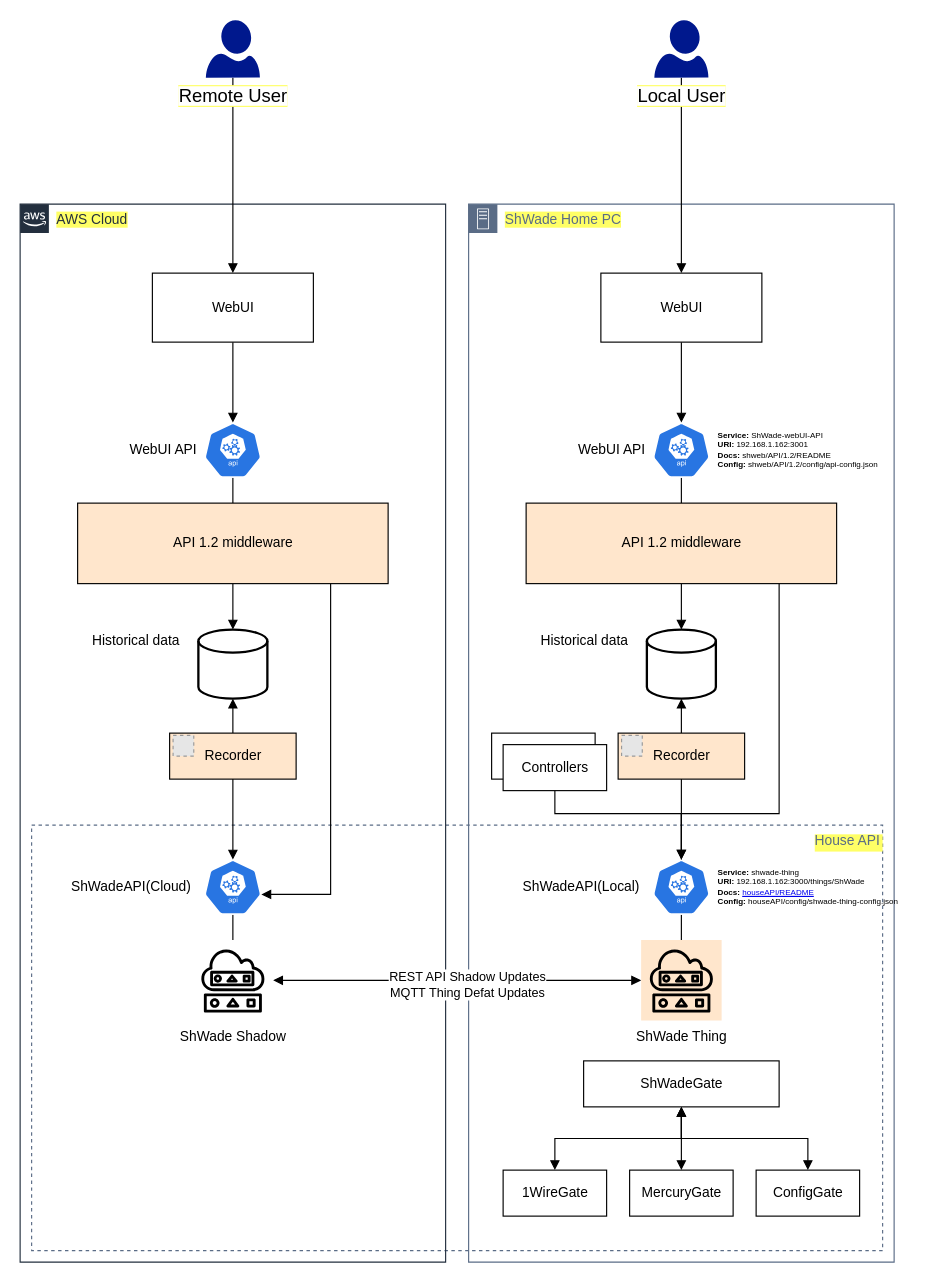
This is doc/ShWade architecture.drawio from Shden/Shden, a draw.io file, before an edit. Source tidied: cells renumbered, new cells numbered last; positions are measured from the earlier drawing's top-left corner, leaving out a move shared by most shapes. Both pictures are drawn from the tidied source at 115%, with x=0, y=0 at pixel (20, 20). Pictures stored in the file or linked from it are replaced by grey dashed boxes.
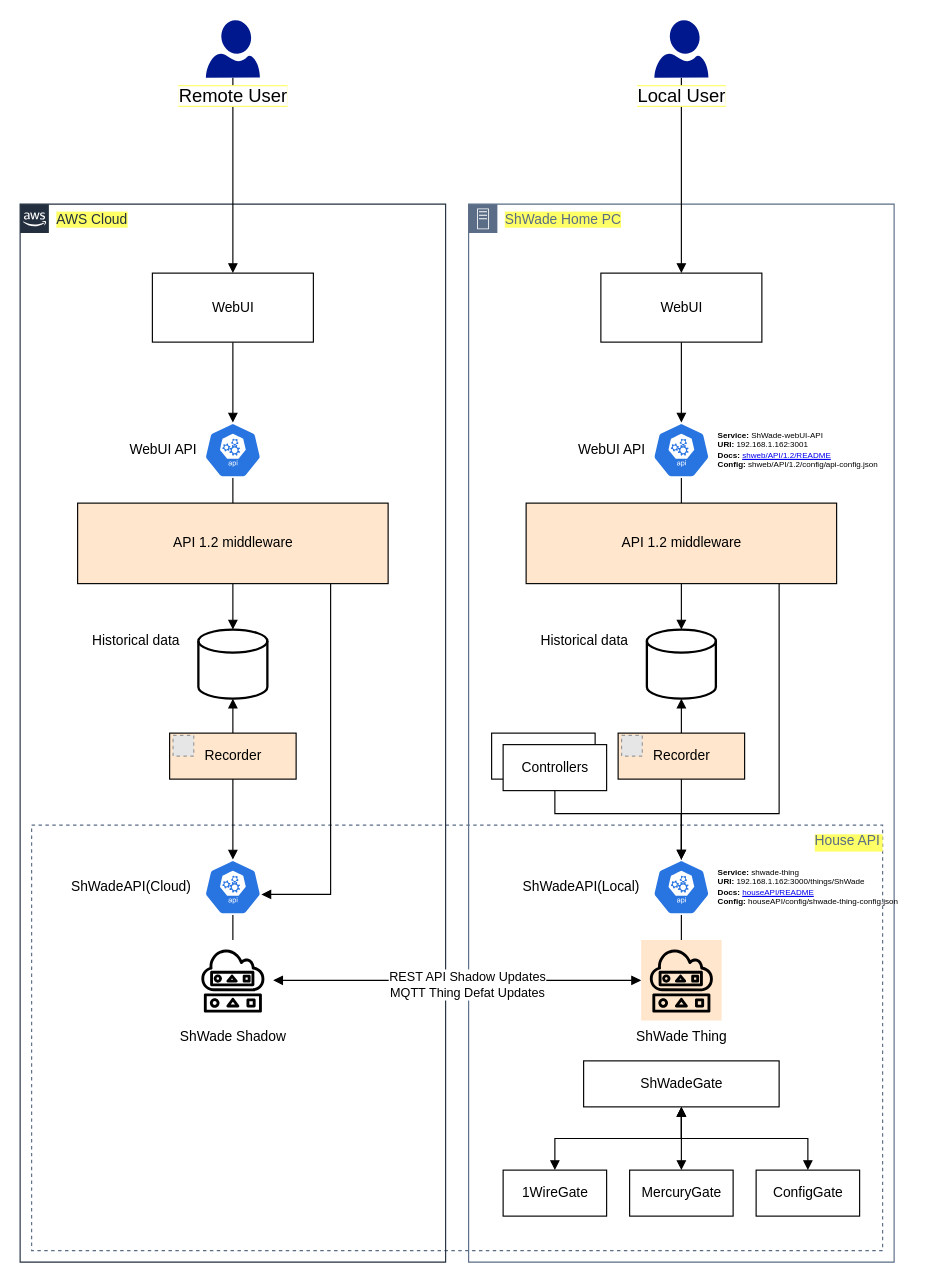
The same diagram, later.

Commit message:
web ui readme link

Diff of the diagram source:
```diff
@@
-    <mxCell id="58" value="&lt;div style=&quot;font-size: 7px&quot;&gt;&lt;font style=&quot;font-size: 7px&quot;&gt;&lt;b&gt;Service: &lt;/b&gt;ShWade-webUI-API&amp;nbsp;&lt;/font&gt;&lt;/div&gt;&lt;div style=&quot;font-size: 7px&quot;&gt;&lt;font style=&quot;font-size: 7px&quot;&gt;&lt;b&gt;URI:&lt;/b&gt;&amp;nbsp;192.168.1.162:3001&lt;/font&gt;&lt;/div&gt;&lt;font style=&quot;font-size: 7px&quot;&gt;&lt;div&gt;&lt;b&gt;Docs:&lt;/b&gt;&amp;nbsp;shweb/API/1.2/README&lt;/div&gt;&lt;div&gt;&lt;b&gt;Config:&lt;/b&gt;&amp;nbsp;shweb/API/1.2/config/api-config.json&lt;/div&gt;&lt;/font&gt;" style="text;html=1;align=left;verticalAlign=middle;fillColor=none;strokeColor=none;rounded=0;fontSize=8;" parent="1" vertex="1">
+    <mxCell id="58" value="&lt;div style=&quot;font-size: 7px&quot;&gt;&lt;font style=&quot;font-size: 7px&quot;&gt;&lt;b&gt;Service: &lt;/b&gt;ShWade-webUI-API&amp;nbsp;&lt;/font&gt;&lt;/div&gt;&lt;div style=&quot;font-size: 7px&quot;&gt;&lt;font style=&quot;font-size: 7px&quot;&gt;&lt;b&gt;URI:&lt;/b&gt;&amp;nbsp;192.168.1.162:3001&lt;/font&gt;&lt;/div&gt;&lt;font style=&quot;font-size: 7px&quot;&gt;&lt;div&gt;&lt;b&gt;Docs:&lt;/b&gt;&amp;nbsp;&lt;a href=&quot;https://github.com/Shden/Shden/blob/aws-iot/shweb/API/1.2/README&quot;&gt;shweb/API/1.2/README&lt;/a&gt;&lt;/div&gt;&lt;div&gt;&lt;b&gt;Config:&lt;/b&gt;&amp;nbsp;shweb/API/1.2/config/api-config.json&lt;/div&gt;&lt;/font&gt;" style="text;html=1;align=left;verticalAlign=middle;fillColor=none;strokeColor=none;rounded=0;fontSize=8;" parent="1" vertex="1">
       <mxGeometry x="605" y="349" width="150" height="50" as="geometry" />
     </mxCell>
```
